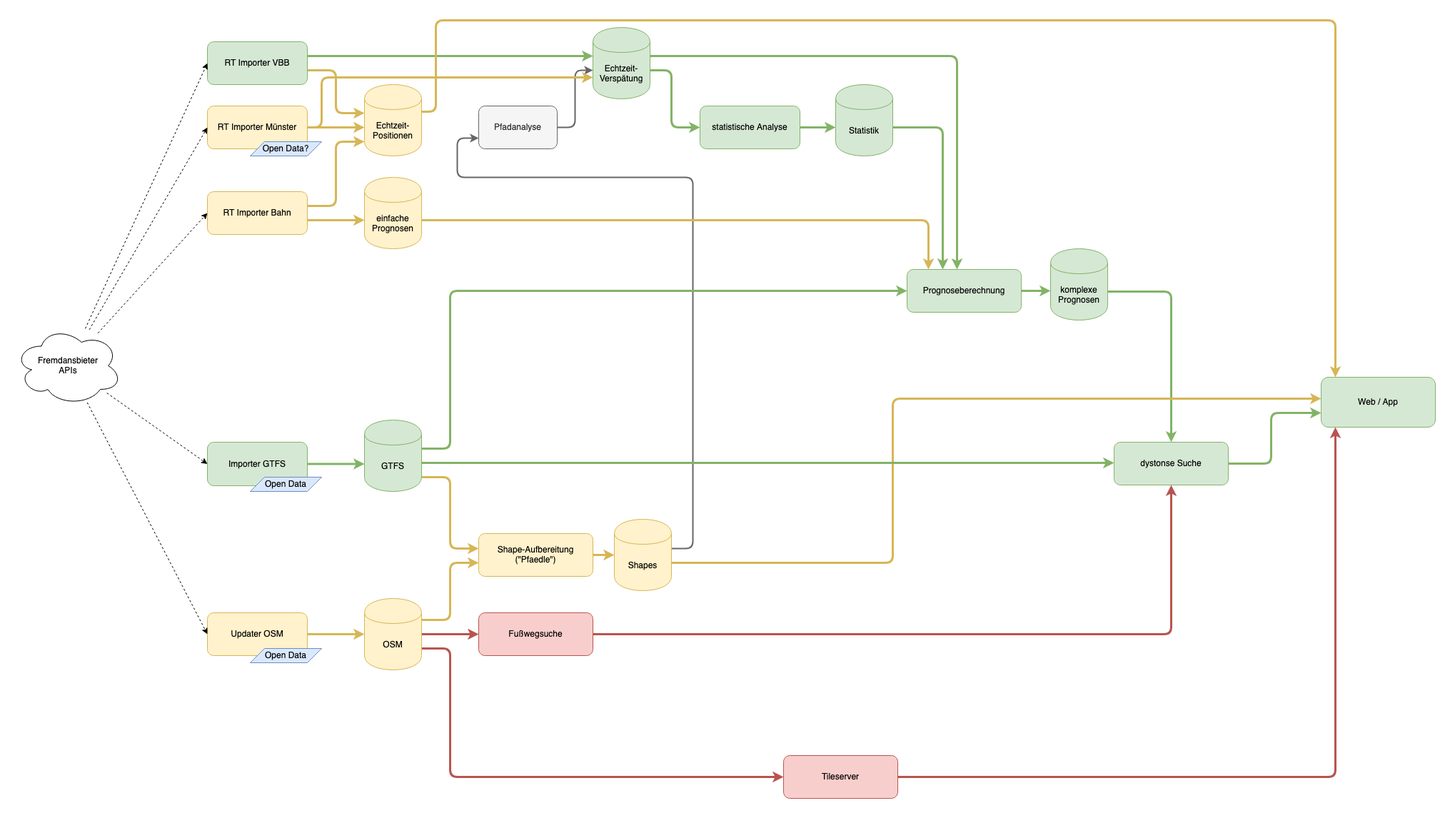
Earlier version of the draw.io export project-status/Dystonse Komponenten.png (dystonse/dystonse). Source tidied: cells renumbered, new cells last; positions are measured from the earlier drawing's top-left corner, leaving out a move shared by most shapes.
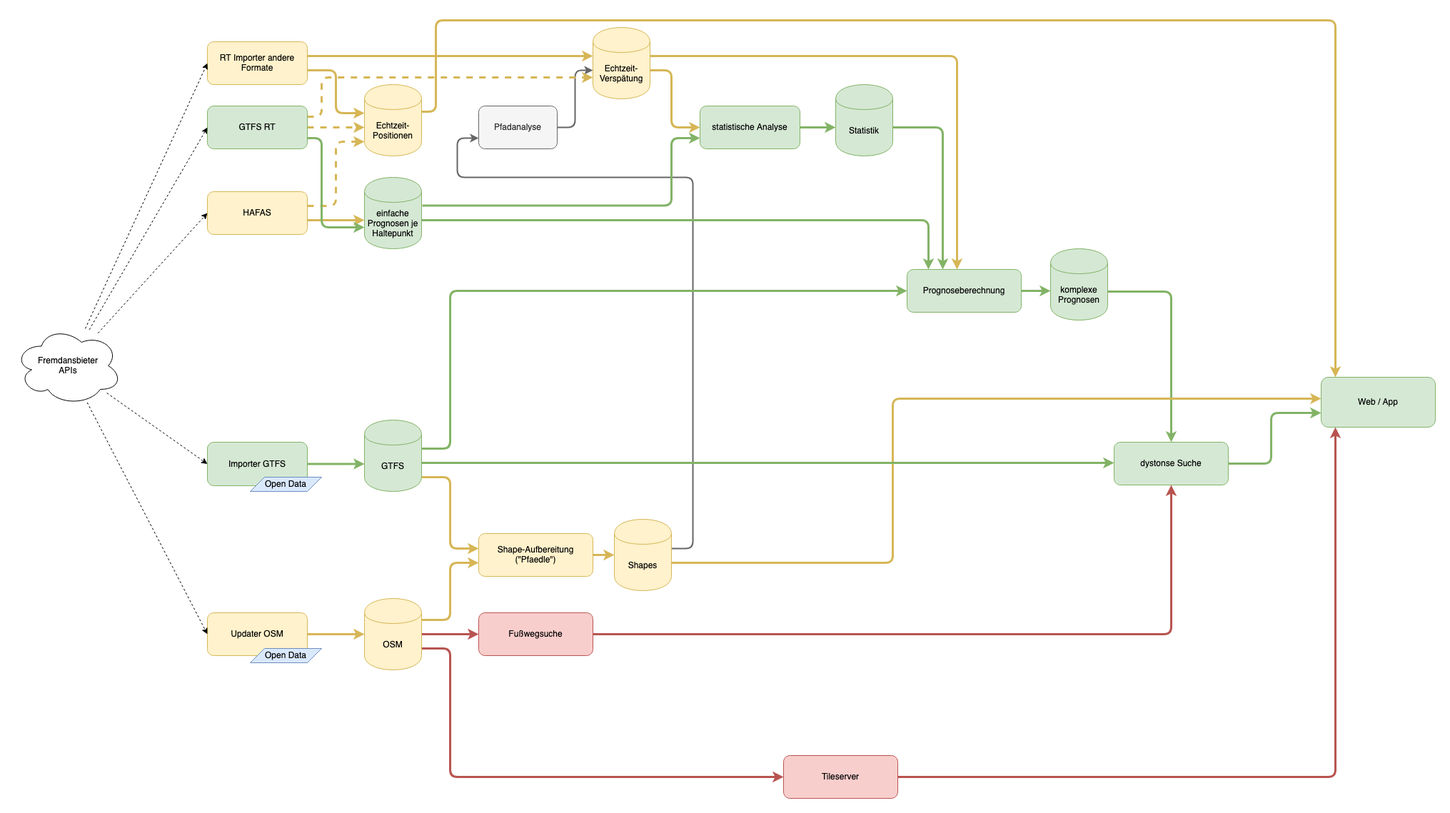
Later version of the same file.

Diff of the diagram source:
```diff
@@ -13,7 +13,7 @@
     <mxCell id="3" value="&lt;div&gt;Echtzeit-Positionen&lt;/div&gt;" style="shape=cylinder;whiteSpace=wrap;html=1;boundedLbl=1;backgroundOutline=1;fillColor=#fff2cc;strokeColor=#d6b656;" parent="1" vertex="1">
       <mxGeometry x="490" y="90" width="80" height="100" as="geometry" />
     </mxCell>
-    <mxCell id="4" style="edgeStyle=orthogonalEdgeStyle;rounded=1;jettySize=auto;html=1;strokeColor=#82b366;fillColor=#d5e8d4;strokeWidth=3;" parent="1" edge="1" source="5" target="38">
+    <mxCell id="4" style="edgeStyle=orthogonalEdgeStyle;rounded=1;jettySize=auto;html=1;strokeColor=#d6b656;fillColor=#fff2cc;strokeWidth=3;" parent="1" edge="1" source="5" target="38">
       <mxGeometry relative="1" as="geometry">
         <Array as="points">
           <mxPoint x="740" y="50" />
@@ -21,10 +21,10 @@
         </Array>
       </mxGeometry>
     </mxCell>
-    <mxCell id="5" value="RT Importer VBB" style="rounded=1;whiteSpace=wrap;html=1;fillColor=#d5e8d4;strokeColor=#82b366;" parent="1" vertex="1">
+    <mxCell id="5" value="RT Importer andere Formate" style="rounded=1;whiteSpace=wrap;html=1;fillColor=#fff2cc;strokeColor=#d6b656;" parent="1" vertex="1">
       <mxGeometry x="270" y="30" width="140" height="60" as="geometry" />
     </mxCell>
-    <mxCell id="6" style="edgeStyle=orthogonalEdgeStyle;rounded=1;jettySize=auto;html=1;strokeColor=#d6b656;fillColor=#fff2cc;strokeWidth=3;" parent="1" edge="1" source="8" target="3">
+    <mxCell id="6" style="edgeStyle=orthogonalEdgeStyle;rounded=1;jettySize=auto;html=1;strokeColor=#d6b656;fillColor=#fff2cc;strokeWidth=3;dashed=1;" parent="1" edge="1" source="8" target="3">
       <mxGeometry relative="1" as="geometry">
         <Array as="points">
           <mxPoint x="450" y="260" />
@@ -40,10 +40,10 @@
         </Array>
       </mxGeometry>
     </mxCell>
-    <mxCell id="8" value="RT Importer Bahn" style="rounded=1;whiteSpace=wrap;html=1;fillColor=#fff2cc;strokeColor=#d6b656;" parent="1" vertex="1">
+    <mxCell id="8" value="HAFAS" style="rounded=1;whiteSpace=wrap;html=1;fillColor=#fff2cc;strokeColor=#d6b656;" parent="1" vertex="1">
       <mxGeometry x="270" y="240" width="140" height="60" as="geometry" />
     </mxCell>
-    <mxCell id="9" style="edgeStyle=orthogonalEdgeStyle;rounded=1;jettySize=auto;html=1;fillColor=#fff2cc;strokeColor=#d6b656;strokeWidth=3;" parent="1" edge="1" source="51" target="3">
+    <mxCell id="9" style="edgeStyle=orthogonalEdgeStyle;rounded=1;jettySize=auto;html=1;fillColor=#fff2cc;strokeColor=#d6b656;strokeWidth=3;dashed=1;" parent="1" edge="1" source="51" target="3">
       <mxGeometry relative="1" as="geometry">
         <Array as="points">
           <mxPoint x="430" y="150" />
@@ -190,7 +190,7 @@
     <mxCell id="34" value="Statistik" style="shape=cylinder;whiteSpace=wrap;html=1;boundedLbl=1;backgroundOutline=1;fillColor=#d5e8d4;strokeColor=#82b366;" parent="1" vertex="1">
       <mxGeometry x="1150" y="90" width="80" height="100" as="geometry" />
     </mxCell>
-    <mxCell id="35" style="edgeStyle=orthogonalEdgeStyle;rounded=1;jettySize=auto;html=1;fillColor=#d5e8d4;strokeColor=#82b366;strokeWidth=3;" parent="1" edge="1" source="38" target="11">
+    <mxCell id="35" style="edgeStyle=orthogonalEdgeStyle;rounded=1;jettySize=auto;html=1;fillColor=#fff2cc;strokeColor=#d6b656;strokeWidth=3;" parent="1" edge="1" source="38" target="11">
       <mxGeometry relative="1" as="geometry">
         <Array as="points">
           <mxPoint x="1320" y="50" />
@@ -206,7 +206,7 @@
         </Array>
       </mxGeometry>
     </mxCell>
-    <mxCell id="37" style="edgeStyle=orthogonalEdgeStyle;rounded=1;jettySize=auto;html=1;strokeColor=#82b366;fillColor=#d5e8d4;strokeWidth=3;" parent="1" edge="1" source="38" target="47">
+    <mxCell id="37" style="edgeStyle=orthogonalEdgeStyle;rounded=1;jettySize=auto;html=1;strokeColor=#d6b656;fillColor=#fff2cc;strokeWidth=3;" parent="1" edge="1" source="38" target="47">
       <mxGeometry relative="1" as="geometry">
         <Array as="points">
           <mxPoint x="920" y="70" />
@@ -214,7 +214,7 @@
         </Array>
       </mxGeometry>
     </mxCell>
-    <mxCell id="38" value="Echtzeit-Verspätung" style="shape=cylinder;whiteSpace=wrap;html=1;boundedLbl=1;backgroundOutline=1;fillColor=#d5e8d4;strokeColor=#82b366;" parent="1" vertex="1">
+    <mxCell id="38" value="Echtzeit-Verspätung" style="shape=cylinder;whiteSpace=wrap;html=1;boundedLbl=1;backgroundOutline=1;fillColor=#fff2cc;strokeColor=#d6b656;" parent="1" vertex="1">
       <mxGeometry x="810" y="10" width="80" height="100" as="geometry" />
     </mxCell>
     <mxCell id="39" style="edgeStyle=orthogonalEdgeStyle;rounded=1;jettySize=auto;html=1;fillColor=#d5e8d4;strokeColor=#82b366;strokeWidth=3;" parent="1" edge="1" source="40" target="41">
@@ -258,25 +258,25 @@
     <mxCell id="47" value="statistische Analyse" style="rounded=1;whiteSpace=wrap;html=1;fillColor=#d5e8d4;strokeColor=#82b366;" parent="1" vertex="1">
       <mxGeometry x="960" y="120" width="140" height="60" as="geometry" />
     </mxCell>
-    <mxCell id="48" style="edgeStyle=orthogonalEdgeStyle;rounded=1;jettySize=auto;html=1;strokeColor=#d6b656;strokeWidth=3;fillColor=#fff2cc;" parent="1" edge="1" source="49" target="11">
+    <mxCell id="48" style="edgeStyle=orthogonalEdgeStyle;rounded=1;jettySize=auto;html=1;strokeColor=#82b366;strokeWidth=3;fillColor=#d5e8d4;" parent="1" edge="1" source="49" target="11">
       <mxGeometry relative="1" as="geometry">
         <Array as="points">
           <mxPoint x="1280" y="280" />
         </Array>
       </mxGeometry>
     </mxCell>
-    <mxCell id="49" value="&lt;div&gt;einfache Prognosen&lt;/div&gt;" style="shape=cylinder;whiteSpace=wrap;html=1;boundedLbl=1;backgroundOutline=1;fillColor=#fff2cc;strokeColor=#d6b656;" parent="1" vertex="1">
+    <mxCell id="49" value="&lt;div&gt;einfache Prognosen je Haltepunkt&lt;br&gt;&lt;/div&gt;" style="shape=cylinder;whiteSpace=wrap;html=1;boundedLbl=1;backgroundOutline=1;fillColor=#d5e8d4;strokeColor=#82b366;" parent="1" vertex="1">
       <mxGeometry x="490" y="220" width="80" height="100" as="geometry" />
     </mxCell>
-    <mxCell id="50" style="edgeStyle=orthogonalEdgeStyle;rounded=1;jettySize=auto;html=1;strokeColor=#d6b656;strokeWidth=3;fillColor=#fff2cc;" parent="1" edge="1" source="51" target="38">
+    <mxCell id="50" style="edgeStyle=orthogonalEdgeStyle;rounded=1;jettySize=auto;html=1;strokeColor=#d6b656;strokeWidth=3;fillColor=#fff2cc;dashed=1;exitX=1;exitY=0.25;exitDx=0;exitDy=0;" parent="1" edge="1" source="51" target="38">
       <mxGeometry relative="1" as="geometry">
         <Array as="points">
-          <mxPoint x="430" y="150" />
+          <mxPoint x="430" y="135" />
           <mxPoint x="430" y="80" />
         </Array>
       </mxGeometry>
     </mxCell>
-    <mxCell id="51" value="RT Importer Münster" style="rounded=1;whiteSpace=wrap;html=1;fillColor=#fff2cc;strokeColor=#d6b656;" parent="1" vertex="1">
+    <mxCell id="51" value="&lt;div&gt;GTFS RT&lt;/div&gt;" style="rounded=1;whiteSpace=wrap;html=1;fillColor=#d5e8d4;strokeColor=#82b366;" parent="1" vertex="1">
       <mxGeometry x="270" y="120" width="140" height="60" as="geometry" />
     </mxCell>
     <mxCell id="52" style="rounded=1;jettySize=auto;html=1;strokeColor=#000000;strokeWidth=1;dashed=1;entryX=0;entryY=0.5;entryDx=0;entryDy=0;" parent="1" edge="1" source="57" target="5">
@@ -297,14 +297,27 @@
     <mxCell id="57" value="&lt;div&gt;Fremdansbieter&lt;/div&gt;&lt;div&gt;APIs&lt;br&gt;&lt;/div&gt;" style="ellipse;shape=cloud;whiteSpace=wrap;html=1;" parent="1" vertex="1">
       <mxGeometry y="429" width="150" height="110" as="geometry" />
     </mxCell>
-    <mxCell id="58" value="Open Data?" style="shape=parallelogram;perimeter=parallelogramPerimeter;whiteSpace=wrap;html=1;fillColor=#dae8fc;strokeColor=#6c8ebf;" parent="1" vertex="1">
-      <mxGeometry x="330" y="170" width="100" height="20" as="geometry" />
-    </mxCell>
     <mxCell id="59" value="Open Data" style="shape=parallelogram;perimeter=parallelogramPerimeter;whiteSpace=wrap;html=1;fillColor=#dae8fc;strokeColor=#6c8ebf;" parent="1" vertex="1">
       <mxGeometry x="330" y="640" width="100" height="20" as="geometry" />
     </mxCell>
     <mxCell id="60" value="Open Data" style="shape=parallelogram;perimeter=parallelogramPerimeter;whiteSpace=wrap;html=1;fillColor=#dae8fc;strokeColor=#6c8ebf;" parent="1" vertex="1">
       <mxGeometry x="330" y="880" width="100" height="20" as="geometry" />
     </mxCell>
+    <mxCell id="61" style="edgeStyle=orthogonalEdgeStyle;rounded=1;jettySize=auto;html=1;strokeColor=#82b366;fillColor=#d5e8d4;strokeWidth=3;exitX=1;exitY=0.75;exitDx=0;exitDy=0;entryX=0;entryY=0.7;entryDx=0;entryDy=0;" parent="1" edge="1" source="51" target="49">
+      <mxGeometry relative="1" as="geometry">
+        <Array as="points">
+          <mxPoint x="430" y="165" />
+          <mxPoint x="430" y="290" />
+        </Array>
+      </mxGeometry>
+    </mxCell>
+    <mxCell id="62" style="edgeStyle=orthogonalEdgeStyle;rounded=1;jettySize=auto;html=1;strokeColor=#82b366;fillColor=#d5e8d4;strokeWidth=3;exitX=1.013;exitY=0.394;exitDx=0;exitDy=0;exitPerimeter=0;entryX=0;entryY=0.75;entryDx=0;entryDy=0;" parent="1" edge="1" source="49" target="47">
+      <mxGeometry relative="1" as="geometry">
+        <Array as="points">
+          <mxPoint x="920" y="259" />
+          <mxPoint x="920" y="165" />
+        </Array>
+      </mxGeometry>
+    </mxCell>
   </root>
 </mxGraphModel>
```
